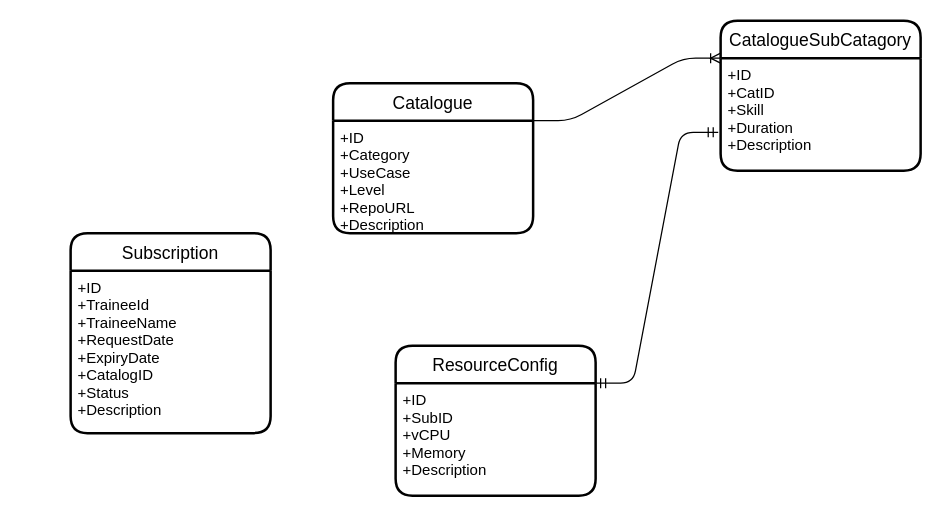
meghaiscloud/diagram keeps this draw.io diagram as Untitled Diagram.drawio. Above is the earlier version. Source tidied: cells renumbered, new cells numbered last; positions are measured from the earlier drawing's top-left corner, leaving out a move shared by most shapes. Both pictures are drawn from the tidied source at 125%, with x=0, y=0 at pixel (70, 20).
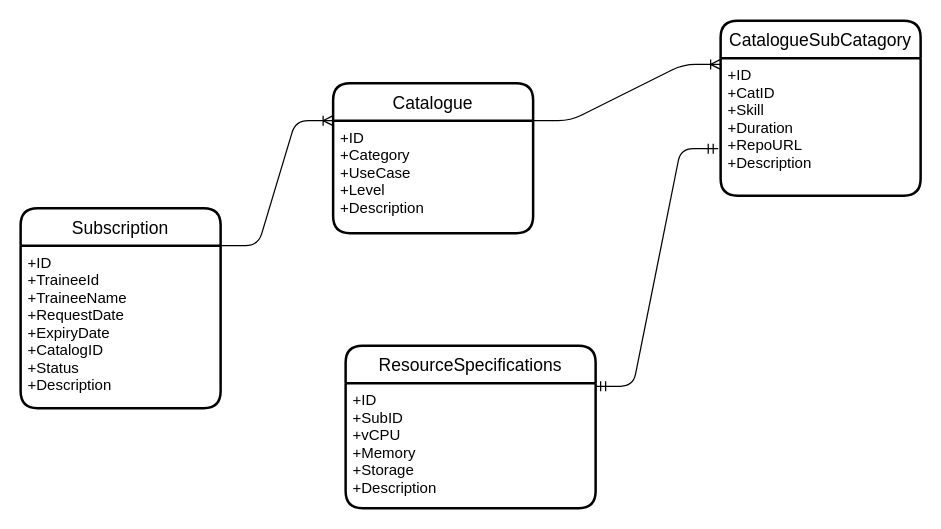
Above is the later version.

Change to the diagram source:
```diff
@@
 <mxGraphModel>
   <root>
     <mxCell id="0" />
     <mxCell id="1" parent="0" />
     <mxCell id="2" value="Catalogue" style="swimlane;horizontal=1;startSize=30;rounded=1;fontSize=14;fontStyle=0;strokeWidth=2;shadow=0;dashed=0;align=center;" parent="1" vertex="1">
       <mxGeometry x="210" y="50" width="160" height="120" as="geometry" />
     </mxCell>
-    <mxCell id="3" value="+ID&#10;+Category&#10;+UseCase&#10;+Level&#10;+RepoURL&#10;+Description" style="align=left;strokeColor=none;fillColor=none;spacingLeft=4;fontSize=12;verticalAlign=top;" parent="2" vertex="1">
+    <mxCell id="3" value="+ID&#10;+Category&#10;+UseCase&#10;+Level&#10;+Description" style="align=left;strokeColor=none;fillColor=none;spacingLeft=4;fontSize=12;verticalAlign=top;" parent="2" vertex="1">
       <mxGeometry y="30" width="160" height="90" as="geometry" />
     </mxCell>
     <mxCell id="4" style="edgeStyle=entityRelationEdgeStyle;fontSize=12;html=1;endArrow=ERoneToMany;entryX=0;entryY=0.25;entryDx=0;entryDy=0;" parent="1" edge="1" target="6">
       <mxGeometry relative="1" as="geometry">
         <mxPoint x="370" y="80" as="sourcePoint" />
       </mxGeometry>
     </mxCell>
     <mxCell id="5" style="edgeStyle=entityRelationEdgeStyle;fontSize=12;html=1;endArrow=ERmandOne;startArrow=ERmandOne;entryX=-0.012;entryY=0.659;entryDx=0;entryDy=0;entryPerimeter=0;exitX=1;exitY=0.25;exitDx=0;exitDy=0;" parent="1" edge="1" source="10" target="7">
       <mxGeometry relative="1" as="geometry" />
     </mxCell>
     <mxCell id="6" value="CatalogueSubCatagory" style="swimlane;horizontal=1;startSize=30;rounded=1;fontSize=14;fontStyle=0;strokeWidth=2;shadow=0;dashed=0;align=center;" parent="1" vertex="1">
-      <mxGeometry x="520" width="160" height="120" as="geometry" />
+      <mxGeometry x="520" width="160" height="140" as="geometry" />
     </mxCell>
-    <mxCell id="7" value="+ID&#10;+CatID&#10;+Skill&#10;+Duration&#10;+Description" style="align=left;strokeColor=none;fillColor=none;spacingLeft=4;fontSize=12;verticalAlign=top;" parent="6" vertex="1">
-      <mxGeometry y="30" width="160" height="90" as="geometry" />
+    <mxCell id="7" value="+ID&#10;+CatID&#10;+Skill&#10;+Duration&#10;+RepoURL&#10;+Description" style="align=left;strokeColor=none;fillColor=none;spacingLeft=4;fontSize=12;verticalAlign=top;" parent="6" vertex="1">
+      <mxGeometry y="30" width="160" height="110" as="geometry" />
     </mxCell>
+    <mxCell id="10" value="ResourceSpecifications" style="swimlane;horizontal=1;startSize=30;rounded=1;fontSize=14;fontStyle=0;strokeWidth=2;shadow=0;dashed=0;align=center;" parent="1" vertex="1">
+      <mxGeometry x="220" y="260" width="200" height="130" as="geometry" />
+    </mxCell>
+    <mxCell id="11" value="+ID&#10;+SubID&#10;+vCPU&#10;+Memory&#10;+Storage&#10;+Description" style="align=left;strokeColor=none;fillColor=none;spacingLeft=4;fontSize=12;verticalAlign=top;" parent="10" vertex="1">
+      <mxGeometry y="30" width="200" height="100" as="geometry" />
+    </mxCell>
     <mxCell id="8" value="Subscription" style="swimlane;horizontal=1;startSize=30;rounded=1;fontSize=14;fontStyle=0;strokeWidth=2;shadow=0;dashed=0;align=center;" parent="1" vertex="1">
-      <mxGeometry y="170" width="160" height="160" as="geometry" />
+      <mxGeometry x="-40" y="150" width="160" height="160" as="geometry" />
     </mxCell>
     <mxCell id="9" value="+ID&#10;+TraineeId&#10;+TraineeName&#10;+RequestDate&#10;+ExpiryDate&#10;+CatalogID&#10;+Status&#10;+Description" style="align=left;strokeColor=none;fillColor=none;spacingLeft=4;fontSize=12;verticalAlign=top;" parent="8" vertex="1">
       <mxGeometry y="30" width="160" height="130" as="geometry" />
     </mxCell>
-    <mxCell id="10" value="ResourceConfig" style="swimlane;horizontal=1;startSize=30;rounded=1;fontSize=14;fontStyle=0;strokeWidth=2;shadow=0;dashed=0;align=center;" parent="1" vertex="1">
-      <mxGeometry x="260" y="260" width="160" height="120" as="geometry" />
-    </mxCell>
-    <mxCell id="11" value="+ID&#10;+SubID&#10;+vCPU&#10;+Memory&#10;+Description" style="align=left;strokeColor=none;fillColor=none;spacingLeft=4;fontSize=12;verticalAlign=top;" parent="10" vertex="1">
-      <mxGeometry y="30" width="160" height="90" as="geometry" />
-    </mxCell>
+    <mxCell id="12" style="edgeStyle=entityRelationEdgeStyle;fontSize=12;html=1;endArrow=ERoneToMany;exitX=1;exitY=0;exitDx=0;exitDy=0;entryX=0;entryY=0;entryDx=0;entryDy=0;" parent="1" edge="1" source="9" target="3">
+      <mxGeometry relative="1" as="geometry" />
+    </mxCell>
   </root>
 </mxGraphModel>
```
